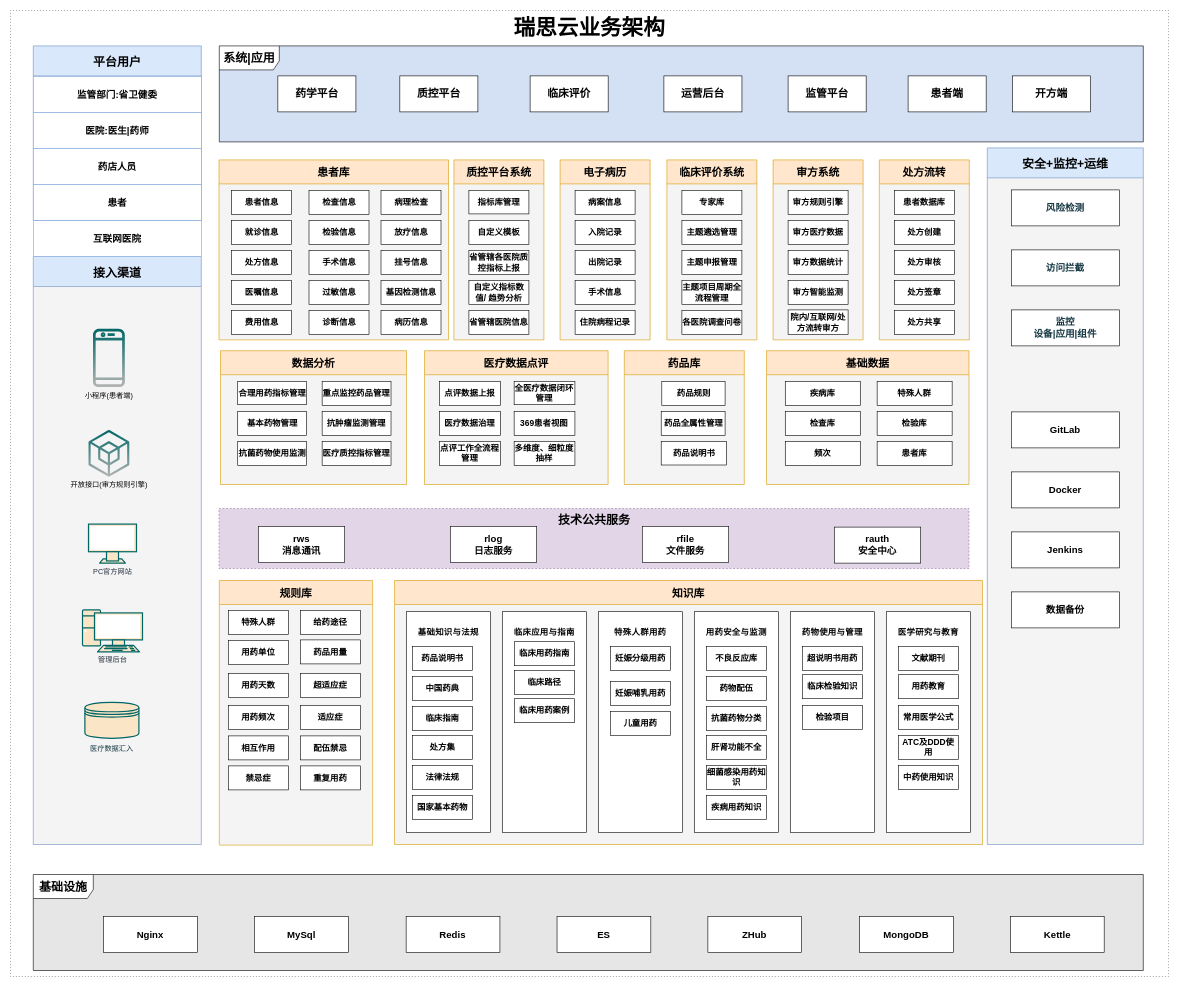
The draw.io diagram page "【瑞思云业务架构】" (1 of 3) of 未命名绘图.drawio in tc608/dfile, before the edit. Source tidied: cells renumbered, new cells numbered last; positions are measured from the earlier drawing's top-left corner, leaving out a move shared by most shapes. Both pictures are drawn from the tidied source at 60%, with x=0, y=0 at pixel (10, 10). Pictures stored in the file or linked from it are replaced by grey dashed boxes.
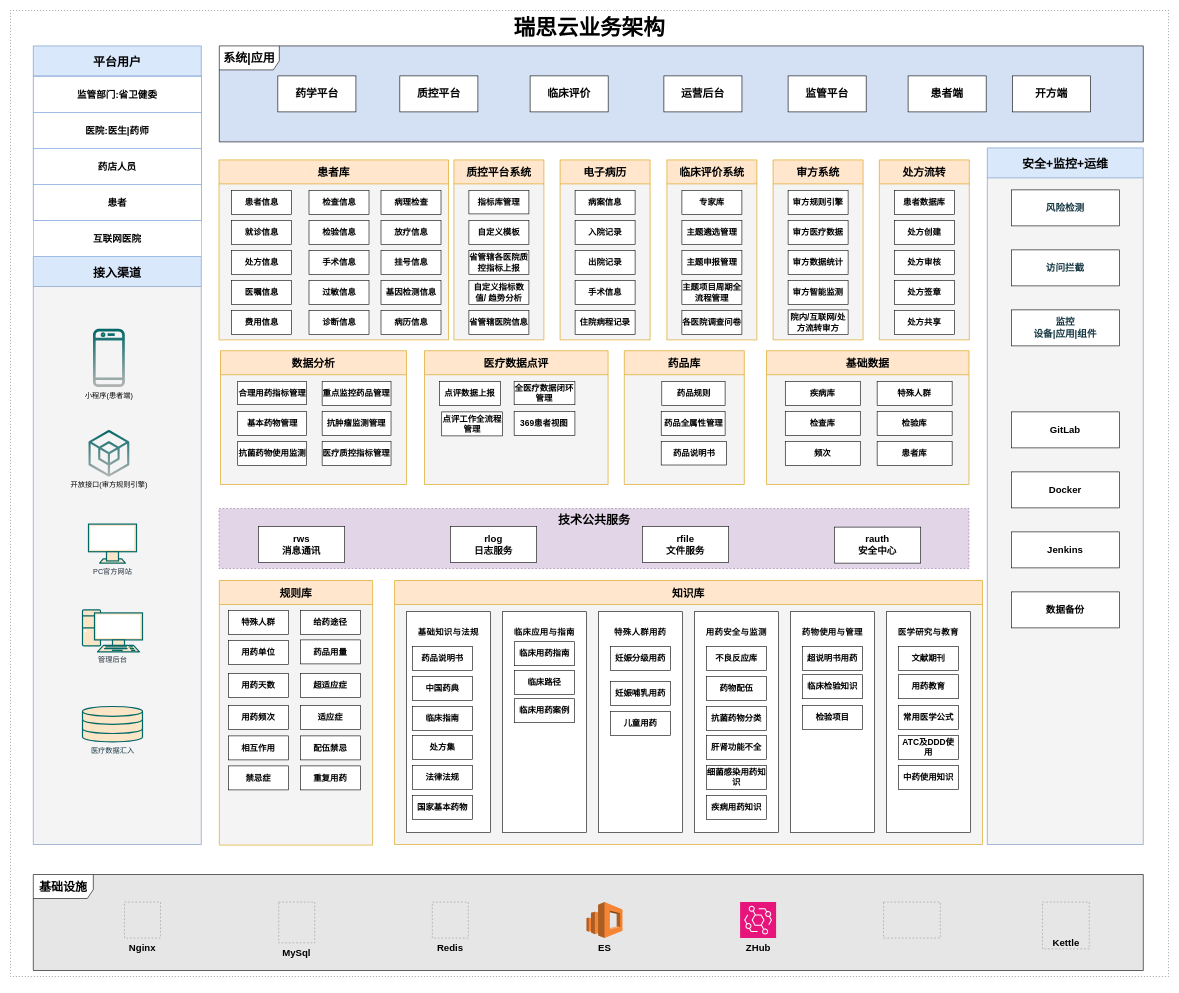
Above is the later version.

Commit message:
更新未命名绘图.drawio

The change refers to these unchanged cells:
```xml
<mxCell id="3" value="接入渠道" style="swimlane;fontSize=20;align=center;swimlaneFillColor=#f4f4f4;fillColor=#dae8fc;startSize=50;strokeColor=#6c8ebf;fontStyle=1;" parent="1" vertex="1">
  <mxGeometry x="38" y="410" width="280" height="980" as="geometry" />
</mxCell>
<mxCell id="9" style="group;" parent="1" vertex="1">
  <mxGeometry x="38" y="1460" width="1850" height="160" as="geometry" />
</mxCell>
<mxCell id="149" style="group;" parent="1" vertex="1">
  <mxGeometry x="690" y="567" width="306" height="223" as="geometry" />
</mxCell>
<mxCell id="150" value="医疗数据点评" style="swimlane;fontSize=18;align=center;swimlaneFillColor=#f4f4f4;fillColor=#ffe6cc;startSize=40;strokeColor=#d79b00;fontStyle=1;" parent="149" vertex="1">
  <mxGeometry width="306" height="223" as="geometry" />
</mxCell>
```

What changed in the source:
```diff
@@
-    <mxCell id="8" value="&lt;div&gt;&lt;br&gt;&lt;/div&gt;&lt;div&gt;&lt;br&gt;&lt;/div&gt;&lt;div&gt;&lt;br&gt;&lt;/div&gt;&lt;div&gt;&lt;br&gt;&lt;/div&gt;&lt;div&gt;&lt;br&gt;&lt;/div&gt;&lt;div&gt;&lt;span style=&quot;background-color: initial;&quot;&gt;医疗数据汇入&lt;/span&gt;&lt;br&gt;&lt;/div&gt;" style="shape=datastore;whiteSpace=wrap;html=1;strokeColor=#006666;strokeWidth=2;align=center;verticalAlign=middle;fontFamily=Helvetica;fontSize=12;fontColor=#143642;fillColor=#FAE5C7;gradientDirection=north;" parent="3" vertex="1">
-      <mxGeometry x="86" y="743" width="90" height="60" as="geometry" />
+    <mxCell id="8" value="医疗数据汇入" style="html=1;verticalLabelPosition=bottom;align=center;labelBackgroundColor=none;verticalAlign=middle;strokeWidth=2;strokeColor=#006666;shadow=0;dashed=0;shape=mxgraph.ios7.icons.data;fontFamily=Helvetica;fontSize=12;fontColor=#143642;fillColor=#FAE5C7;gradientDirection=north;spacingRight=0;spacing=0;spacingTop=-30;" parent="3" vertex="1">
+      <mxGeometry x="82" y="750" width="100" height="59.1" as="geometry" />
     </mxCell>
@@
-    <mxCell id="11" value="&lt;b style=&quot;border-color: var(--border-color); font-size: 16px;&quot;&gt;Nginx&lt;/b&gt;" style="whiteSpace=wrap;html=1;fontSize=16;" parent="9" vertex="1">
-      <mxGeometry x="117.3" y="50" width="156.3" height="60" as="geometry" />
+    <mxCell id="11" value="Nginx" style="fillColor=#E6E6E6;strokeColor=#999999;dashed=1;verticalLabelPosition=bottom;labelBackgroundColor=none;verticalAlign=top;fontSize=16;fontStyle=1;" parent="9" vertex="1">
+      <mxGeometry x="152" y="26" width="60" height="60" as="geometry" />
     </mxCell>
-    <mxCell id="12" value="MySql" style="whiteSpace=wrap;html=1;fontStyle=1;fontSize=16;" parent="9" vertex="1">
-      <mxGeometry x="368.7" y="50" width="156.3" height="60" as="geometry" />
+    <mxCell id="12" value="MySql" style="fillColor=#E6E6E6;strokeColor=#999999;dashed=1;verticalLabelPosition=bottom;labelBackgroundColor=none;verticalAlign=top;fontSize=16;fontStyle=1;" parent="9" vertex="1">
+      <mxGeometry x="409" y="26" width="60" height="67.9" as="geometry" />
     </mxCell>
-    <mxCell id="13" value="&lt;b style=&quot;border-color: var(--border-color); font-size: 16px;&quot;&gt;Redis&lt;/b&gt;" style="whiteSpace=wrap;html=1;fontSize=16;" parent="9" vertex="1">
-      <mxGeometry x="621.4" y="50" width="156.3" height="60" as="geometry" />
+    <mxCell id="13" value="Redis" style="fillColor=#E6E6E6;strokeColor=#999999;dashed=1;verticalLabelPosition=bottom;labelBackgroundColor=none;verticalAlign=top;align=center;fontFamily=Helvetica;fontSize=16;fontColor=default;fontStyle=1;" parent="9" vertex="1">
+      <mxGeometry x="665" y="26" width="60" height="60" as="geometry" />
     </mxCell>
-    <mxCell id="14" value="ES" style="whiteSpace=wrap;html=1;fontStyle=1;fontSize=16;" parent="9" vertex="1">
-      <mxGeometry x="872.9" y="50" width="156.3" height="60" as="geometry" />
+    <mxCell id="14" value="&lt;span style=&quot;font-size: 16px; text-wrap: wrap;&quot;&gt;ES&lt;/span&gt;" style="dashed=0;verticalLabelPosition=bottom;verticalAlign=top;align=center;html=1;shape=mxgraph.aws3.elasticsearch_service;fillColor=#F58534;gradientColor=none;labelBackgroundColor=none;fontSize=16;fontStyle=1;" parent="9" vertex="1">
+      <mxGeometry x="922" y="26" width="60" height="60" as="geometry" />
     </mxCell>
-    <mxCell id="15" value="&lt;b style=&quot;border-color: var(--border-color); font-size: 16px;&quot;&gt;ZHub&lt;/b&gt;" style="whiteSpace=wrap;html=1;fontSize=16;" parent="9" vertex="1">
-      <mxGeometry x="1124.3" y="50" width="156.3" height="60" as="geometry" />
+    <mxCell id="15" value="&lt;span style=&quot;color: rgb(0, 0, 0); font-size: 16px; text-wrap: wrap; border-color: var(--border-color);&quot;&gt;ZHub&lt;/span&gt;" style="sketch=0;fontColor=#232F3E;fillColor=#E7157B;strokeColor=#ffffff;dashed=0;verticalLabelPosition=bottom;verticalAlign=top;align=center;html=1;fontSize=16;fontStyle=1;shape=mxgraph.aws4.resourceIcon;resIcon=mxgraph.aws4.eventbridge;labelBackgroundColor=none;" parent="9" vertex="1">
+      <mxGeometry x="1178" y="26" width="60" height="60" as="geometry" />
     </mxCell>
-    <mxCell id="16" value="MongoDB" style="whiteSpace=wrap;html=1;fontStyle=1;fontSize=16;" parent="9" vertex="1">
-      <mxGeometry x="1377.1" y="50" width="156.3" height="60" as="geometry" />
-    </mxCell>
+    <mxCell id="176" style="fillColor=#E6E6E6;strokeColor=#999999;dashed=1;verticalLabelPosition=bottom;labelBackgroundColor=none;verticalAlign=top;fontSize=16;fontStyle=1;" parent="9" vertex="1">
+      <mxGeometry x="1417" y="26" width="94.7" height="60" as="geometry" />
+    </mxCell>
-    <mxCell id="17" value="Kettle" style="whiteSpace=wrap;html=1;fontStyle=1;fontSize=16;" parent="9" vertex="1">
-      <mxGeometry x="1628.5" y="50" width="156.3" height="60" as="geometry" />
+    <mxCell id="17" value="&lt;span style=&quot;font-size: 16px; text-wrap: wrap;&quot;&gt;Kettle&lt;/span&gt;" style="fillColor=#E6E6E6;strokeColor=#999999;dashed=1;html=1;verticalAlign=top;verticalLabelPosition=bottom;labelBackgroundColor=none;align=center;spacing=-24;fontSize=16;fontStyle=1;" parent="9" vertex="1">
+      <mxGeometry x="1682" y="26" width="78" height="78" as="geometry" />
     </mxCell>
@@
+    <mxCell id="153" value="点评工作全流程管理" style="whiteSpace=wrap;html=1;fontSize=14;fontStyle=1;" parent="150" vertex="1">
+      <mxGeometry x="28.7" y="102" width="101.3" height="40" as="geometry" />
+    </mxCell>
@@
-    <mxCell id="152" value="医疗数据治理" style="whiteSpace=wrap;html=1;fontSize=14;fontStyle=1;" parent="149" vertex="1">
-      <mxGeometry x="25.3" y="101" width="101.3" height="40" as="geometry" />
-    </mxCell>
-    <mxCell id="153" value="点评工作全流程管理" style="whiteSpace=wrap;html=1;fontSize=14;fontStyle=1;" parent="149" vertex="1">
-      <mxGeometry x="25.3" y="151" width="101.3" height="40" as="geometry" />
-    </mxCell>
@@
-    <mxCell id="156" value="多维度、细粒度抽样" style="whiteSpace=wrap;html=1;fontSize=14;fontStyle=1;" parent="149" vertex="1">
-      <mxGeometry x="149.4" y="151" width="101.3" height="40" as="geometry" />
-    </mxCell>
```
